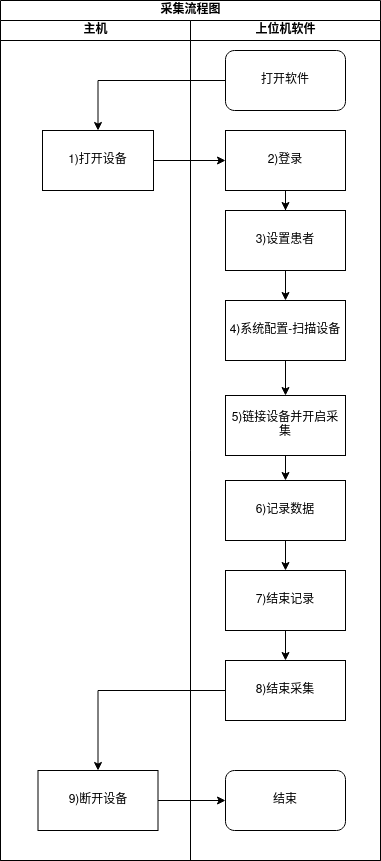
Before: 图片/概念设计-采集流程图.png, a diagram exported from draw.io (yz360307/draw). Source tidied: cells renumbered, new cells last; positions are measured from the earlier drawing's top-left corner, leaving out a move shared by most shapes. The source it was exported from:
```xml
<mxGraphModel>
  <root>
    <mxCell id="0" />
    <mxCell id="1" parent="0" />
    <mxCell id="2" value="采集流程图" style="swimlane;startSize=20;html=1;" parent="1" vertex="1">
      <mxGeometry width="380" height="860" as="geometry" />
    </mxCell>
    <mxCell id="3" value="主机" style="swimlane;startSize=20;html=1;" parent="2" vertex="1">
      <mxGeometry y="20" width="190" height="840" as="geometry" />
    </mxCell>
    <mxCell id="4" value="1)打开设备" style="whiteSpace=wrap;html=1;rounded=0;" parent="3" vertex="1">
      <mxGeometry x="42" y="110" width="111" height="60" as="geometry" />
    </mxCell>
    <mxCell id="5" value="9)断开设备" style="whiteSpace=wrap;html=1;rounded=0;" parent="3" vertex="1">
      <mxGeometry x="37.5" y="750" width="120" height="60" as="geometry" />
    </mxCell>
    <mxCell id="6" value="上位机软件" style="swimlane;startSize=20;html=1;" parent="2" vertex="1">
      <mxGeometry x="190" y="20" width="190" height="840" as="geometry" />
    </mxCell>
    <mxCell id="7" value="打开软件" style="rounded=1;whiteSpace=wrap;html=1;" parent="6" vertex="1">
      <mxGeometry x="35" y="30" width="120" height="60" as="geometry" />
    </mxCell>
    <mxCell id="8" style="edgeStyle=orthogonalEdgeStyle;rounded=0;jettySize=auto;html=1;" parent="6" edge="1" source="9" target="11">
      <mxGeometry relative="1" as="geometry" />
    </mxCell>
    <mxCell id="9" value="2)登录" style="whiteSpace=wrap;html=1;rounded=0;" parent="6" vertex="1">
      <mxGeometry x="35" y="110" width="120" height="60" as="geometry" />
    </mxCell>
    <mxCell id="10" style="edgeStyle=orthogonalEdgeStyle;rounded=0;jettySize=auto;html=1;" parent="6" edge="1" source="11" target="13">
      <mxGeometry relative="1" as="geometry" />
    </mxCell>
    <mxCell id="11" value="3)设置患者" style="whiteSpace=wrap;html=1;rounded=0;" parent="6" vertex="1">
      <mxGeometry x="35" y="190" width="120" height="60" as="geometry" />
    </mxCell>
    <mxCell id="12" style="edgeStyle=orthogonalEdgeStyle;rounded=0;jettySize=auto;html=1;" parent="6" edge="1" source="13" target="15">
      <mxGeometry relative="1" as="geometry" />
    </mxCell>
    <mxCell id="13" value="4)系统配置-扫描设备" style="whiteSpace=wrap;html=1;rounded=0;" parent="6" vertex="1">
      <mxGeometry x="35" y="280" width="120" height="60" as="geometry" />
    </mxCell>
    <mxCell id="14" style="edgeStyle=orthogonalEdgeStyle;rounded=0;jettySize=auto;html=1;" parent="6" edge="1" source="15" target="17">
      <mxGeometry relative="1" as="geometry" />
    </mxCell>
    <mxCell id="15" value="5)链接设备并开启采集" style="whiteSpace=wrap;html=1;rounded=0;glass=0;shadow=0;" parent="6" vertex="1">
      <mxGeometry x="35" y="375" width="120" height="60" as="geometry" />
    </mxCell>
    <mxCell id="16" style="edgeStyle=orthogonalEdgeStyle;rounded=0;jettySize=auto;html=1;" parent="6" edge="1" source="17" target="19">
      <mxGeometry relative="1" as="geometry" />
    </mxCell>
    <mxCell id="17" value="6)记录数据" style="whiteSpace=wrap;html=1;rounded=0;" parent="6" vertex="1">
      <mxGeometry x="35" y="460" width="120" height="60" as="geometry" />
    </mxCell>
    <mxCell id="18" style="edgeStyle=orthogonalEdgeStyle;rounded=0;jettySize=auto;html=1;" parent="6" edge="1" source="19" target="20">
      <mxGeometry relative="1" as="geometry" />
    </mxCell>
    <mxCell id="19" value="7)结束记录" style="whiteSpace=wrap;html=1;rounded=0;" parent="6" vertex="1">
      <mxGeometry x="35" y="550" width="120" height="60" as="geometry" />
    </mxCell>
    <mxCell id="20" value="8)结束采集" style="whiteSpace=wrap;html=1;rounded=0;" parent="6" vertex="1">
      <mxGeometry x="35" y="640" width="120" height="60" as="geometry" />
    </mxCell>
    <mxCell id="21" value="结束" style="whiteSpace=wrap;html=1;rounded=1;" parent="6" vertex="1">
      <mxGeometry x="35" y="750" width="120" height="60" as="geometry" />
    </mxCell>
    <mxCell id="22" style="edgeStyle=orthogonalEdgeStyle;rounded=0;jettySize=auto;html=1;" parent="2" edge="1" source="7" target="4">
      <mxGeometry relative="1" as="geometry" />
    </mxCell>
    <mxCell id="23" style="edgeStyle=orthogonalEdgeStyle;rounded=0;jettySize=auto;html=1;" parent="2" edge="1" source="4" target="9">
      <mxGeometry relative="1" as="geometry" />
    </mxCell>
    <mxCell id="24" style="edgeStyle=orthogonalEdgeStyle;rounded=0;jettySize=auto;html=1;" parent="2" edge="1" source="20" target="5">
      <mxGeometry relative="1" as="geometry" />
    </mxCell>
    <mxCell id="25" style="edgeStyle=orthogonalEdgeStyle;rounded=0;jettySize=auto;html=1;" parent="2" edge="1" source="5" target="21">
      <mxGeometry relative="1" as="geometry" />
    </mxCell>
  </root>
</mxGraphModel>
```
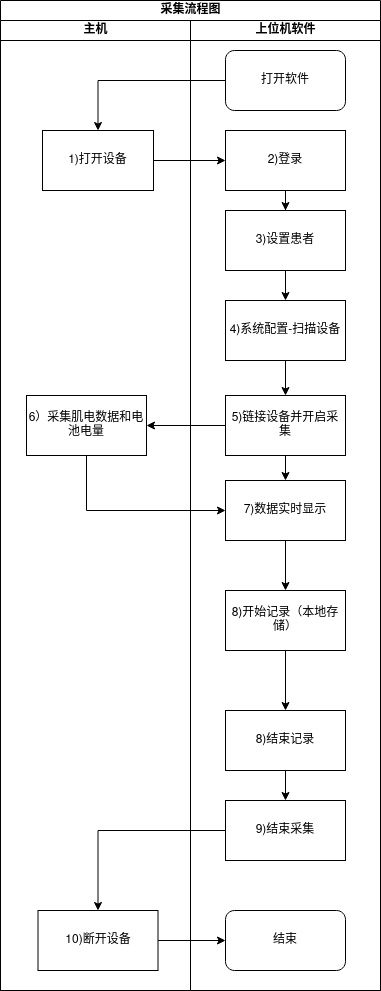
The same diagram one commit later.

Diff of the diagram source:
```diff
@@ -3,19 +3,28 @@
     <mxCell id="0" />
     <mxCell id="1" parent="0" />
     <mxCell id="2" value="采集流程图" style="swimlane;startSize=20;html=1;" parent="1" vertex="1">
-      <mxGeometry width="380" height="860" as="geometry" />
+      <mxGeometry width="380" height="990" as="geometry" />
     </mxCell>
     <mxCell id="3" value="主机" style="swimlane;startSize=20;html=1;" parent="2" vertex="1">
-      <mxGeometry y="20" width="190" height="840" as="geometry" />
+      <mxGeometry y="20" width="190" height="970" as="geometry" />
     </mxCell>
     <mxCell id="4" value="1)打开设备" style="whiteSpace=wrap;html=1;rounded=0;" parent="3" vertex="1">
       <mxGeometry x="42" y="110" width="111" height="60" as="geometry" />
     </mxCell>
-    <mxCell id="5" value="9)断开设备" style="whiteSpace=wrap;html=1;rounded=0;" parent="3" vertex="1">
-      <mxGeometry x="37.5" y="750" width="120" height="60" as="geometry" />
+    <mxCell id="5" value="10)断开设备" style="whiteSpace=wrap;html=1;rounded=0;" parent="3" vertex="1">
+      <mxGeometry x="37.5" y="890" width="120" height="60" as="geometry" />
     </mxCell>
+    <mxCell id="26" value="6）采集肌电数据和电池电量" style="whiteSpace=wrap;html=1;rounded=0;" parent="3" vertex="1">
+      <mxGeometry x="26" y="375" width="120" height="60" as="geometry" />
+    </mxCell>
+    <mxCell id="24" style="edgeStyle=orthogonalEdgeStyle;rounded=0;jettySize=auto;html=1;" parent="2" edge="1" source="20" target="5">
+      <mxGeometry relative="1" as="geometry" />
+    </mxCell>
+    <mxCell id="25" style="edgeStyle=orthogonalEdgeStyle;rounded=0;jettySize=auto;html=1;" parent="2" edge="1" source="5" target="21">
+      <mxGeometry relative="1" as="geometry" />
+    </mxCell>
     <mxCell id="6" value="上位机软件" style="swimlane;startSize=20;html=1;" parent="2" vertex="1">
-      <mxGeometry x="190" y="20" width="190" height="840" as="geometry" />
+      <mxGeometry x="190" y="20" width="190" height="970" as="geometry" />
     </mxCell>
     <mxCell id="7" value="打开软件" style="rounded=1;whiteSpace=wrap;html=1;" parent="6" vertex="1">
       <mxGeometry x="35" y="30" width="120" height="60" as="geometry" />
@@ -44,35 +53,45 @@
     <mxCell id="15" value="5)链接设备并开启采集" style="whiteSpace=wrap;html=1;rounded=0;glass=0;shadow=0;" parent="6" vertex="1">
       <mxGeometry x="35" y="375" width="120" height="60" as="geometry" />
     </mxCell>
-    <mxCell id="16" style="edgeStyle=orthogonalEdgeStyle;rounded=0;jettySize=auto;html=1;" parent="6" edge="1" source="17" target="19">
-      <mxGeometry relative="1" as="geometry" />
-    </mxCell>
+    <mxCell id="27" style="edgeStyle=orthogonalEdgeStyle;rounded=0;jettySize=auto;html=1;" parent="6" edge="1" source="17" target="29">
+      <mxGeometry relative="1" as="geometry" />
+    </mxCell>
-    <mxCell id="17" value="6)记录数据" style="whiteSpace=wrap;html=1;rounded=0;" parent="6" vertex="1">
+    <mxCell id="17" value="7)数据实时显示" style="whiteSpace=wrap;html=1;rounded=0;" parent="6" vertex="1">
       <mxGeometry x="35" y="460" width="120" height="60" as="geometry" />
     </mxCell>
     <mxCell id="18" style="edgeStyle=orthogonalEdgeStyle;rounded=0;jettySize=auto;html=1;" parent="6" edge="1" source="19" target="20">
       <mxGeometry relative="1" as="geometry" />
     </mxCell>
-    <mxCell id="19" value="7)结束记录" style="whiteSpace=wrap;html=1;rounded=0;" parent="6" vertex="1">
-      <mxGeometry x="35" y="550" width="120" height="60" as="geometry" />
+    <mxCell id="19" value="8)结束记录" style="whiteSpace=wrap;html=1;rounded=0;" parent="6" vertex="1">
+      <mxGeometry x="35" y="690" width="120" height="60" as="geometry" />
     </mxCell>
-    <mxCell id="20" value="8)结束采集" style="whiteSpace=wrap;html=1;rounded=0;" parent="6" vertex="1">
-      <mxGeometry x="35" y="640" width="120" height="60" as="geometry" />
+    <mxCell id="20" value="9)结束采集" style="whiteSpace=wrap;html=1;rounded=0;" parent="6" vertex="1">
+      <mxGeometry x="35" y="780" width="120" height="60" as="geometry" />
     </mxCell>
     <mxCell id="21" value="结束" style="whiteSpace=wrap;html=1;rounded=1;" parent="6" vertex="1">
-      <mxGeometry x="35" y="750" width="120" height="60" as="geometry" />
+      <mxGeometry x="35" y="890" width="120" height="60" as="geometry" />
     </mxCell>
+    <mxCell id="28" style="edgeStyle=orthogonalEdgeStyle;rounded=0;jettySize=auto;html=1;" parent="6" edge="1" source="29" target="19">
+      <mxGeometry relative="1" as="geometry" />
+    </mxCell>
+    <mxCell id="29" value="8)开始记录（本地存储）" style="whiteSpace=wrap;html=1;rounded=0;" parent="6" vertex="1">
+      <mxGeometry x="35" y="570" width="120" height="60" as="geometry" />
+    </mxCell>
     <mxCell id="22" style="edgeStyle=orthogonalEdgeStyle;rounded=0;jettySize=auto;html=1;" parent="2" edge="1" source="7" target="4">
       <mxGeometry relative="1" as="geometry" />
     </mxCell>
     <mxCell id="23" style="edgeStyle=orthogonalEdgeStyle;rounded=0;jettySize=auto;html=1;" parent="2" edge="1" source="4" target="9">
       <mxGeometry relative="1" as="geometry" />
     </mxCell>
-    <mxCell id="24" style="edgeStyle=orthogonalEdgeStyle;rounded=0;jettySize=auto;html=1;" parent="2" edge="1" source="20" target="5">
-      <mxGeometry relative="1" as="geometry" />
-    </mxCell>
-    <mxCell id="25" style="edgeStyle=orthogonalEdgeStyle;rounded=0;jettySize=auto;html=1;" parent="2" edge="1" source="5" target="21">
-      <mxGeometry relative="1" as="geometry" />
-    </mxCell>
+    <mxCell id="30" style="edgeStyle=orthogonalEdgeStyle;rounded=0;jettySize=auto;html=1;" parent="2" edge="1" source="15" target="26">
+      <mxGeometry relative="1" as="geometry" />
+    </mxCell>
+    <mxCell id="31" style="edgeStyle=orthogonalEdgeStyle;rounded=0;jettySize=auto;html=1;entryX=0;entryY=0.5;entryDx=0;entryDy=0;" parent="2" edge="1" source="26" target="17">
+      <mxGeometry relative="1" as="geometry">
+        <Array as="points">
+          <mxPoint x="86" y="510" />
+        </Array>
+      </mxGeometry>
+    </mxCell>
   </root>
 </mxGraphModel>
```
